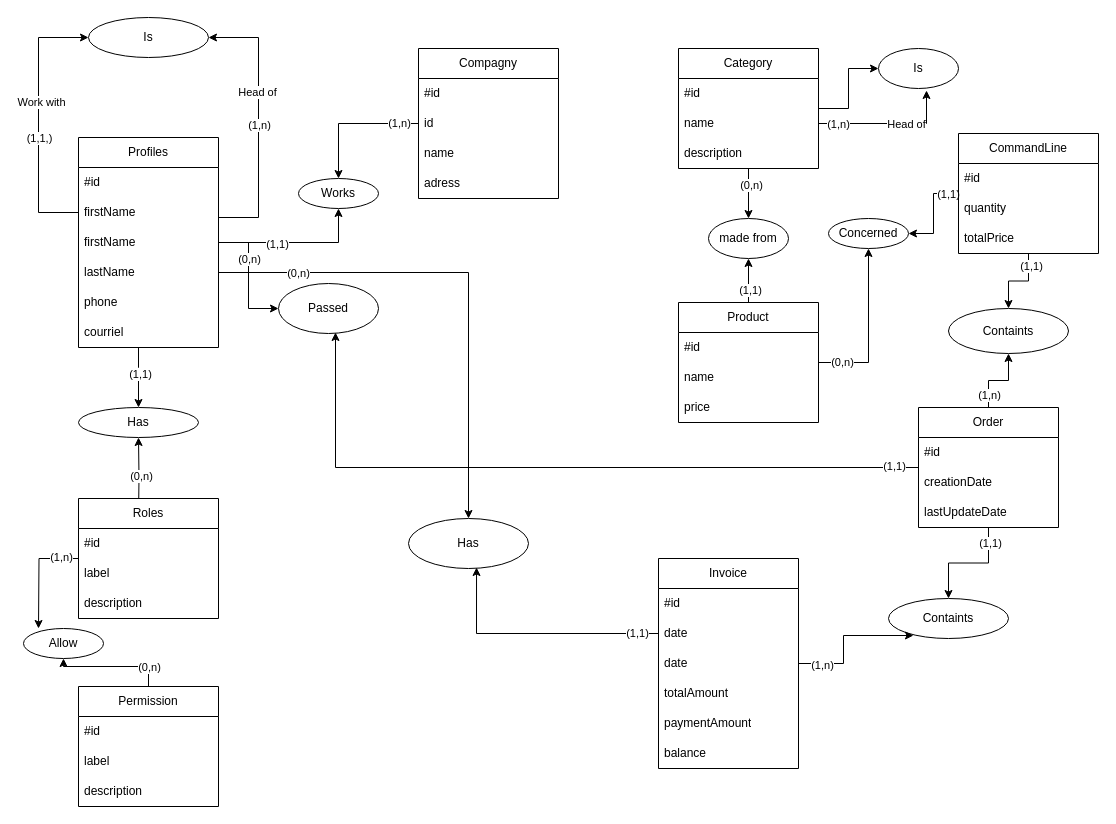
This is page "MLD" (2 of 2) of gestion-commerciale.drawio from LorinceTawamba/gestion-commerciale, a draw.io file, before an edit. Source tidied: cells renumbered, new cells numbered last; positions are measured from the earlier drawing's top-left corner, leaving out a move shared by most shapes. Both pictures are drawn from the tidied source at 100%, with x=0, y=0 at pixel (23, 17).
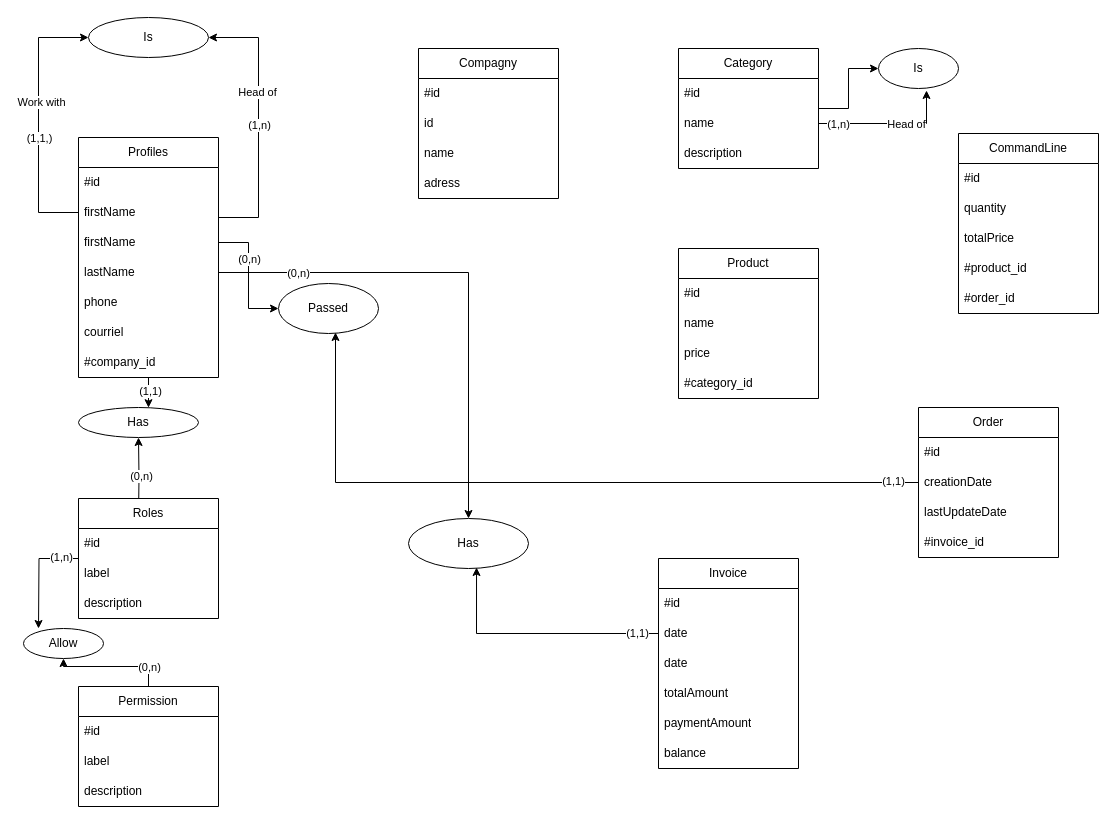
The same diagram, later.

Commit message (it also covers changes not shown here):
Mettre à jour gestion-commerciale.drawio

The change refers to these unchanged cells:
```xml
<mxCell id="41" value="Compagny" style="swimlane;fontStyle=0;horizontal=1;startSize=30;whiteSpace=wrap;html=1;" parent="1" vertex="1">
  <mxGeometry x="395" y="31" width="140" height="150" as="geometry" />
</mxCell>
<mxCell id="50" value="Category" style="swimlane;fontStyle=0;horizontal=1;startSize=30;whiteSpace=wrap;html=1;" parent="1" vertex="1">
  <mxGeometry x="655" y="31" width="140" height="120" as="geometry" />
</mxCell>
<mxCell id="88" value="Invoice" style="swimlane;fontStyle=0;horizontal=1;startSize=30;whiteSpace=wrap;html=1;" parent="1" vertex="1">
  <mxGeometry x="635" y="541" width="140" height="210" as="geometry" />
</mxCell>
```

What changed in the source:
```diff
@@
-    <mxCell id="9" style="edgeStyle=orthogonalEdgeStyle;rounded=0;jettySize=auto;html=1;entryX=0.5;entryY=1;entryDx=0;entryDy=0;" parent="1" edge="1" source="11" target="46">
-      <mxGeometry relative="1" as="geometry" />
-    </mxCell>
-    <mxCell id="10" value="(1,1)" style="edgeLabel;html=1;align=center;verticalAlign=middle;" parent="9" vertex="1">
-      <mxGeometry x="-0.25" y="-1" relative="1" as="geometry" />
-    </mxCell>
     <mxCell id="11" value="Profiles" style="swimlane;fontStyle=0;horizontal=1;startSize=30;whiteSpace=wrap;html=1;" parent="1" vertex="1">
-      <mxGeometry x="55" y="120" width="140" height="210" as="geometry" />
+      <mxGeometry x="55" y="120" width="140" height="240" as="geometry" />
     </mxCell>
@@
+    <mxCell id="102" value="#company_id" style="text;strokeColor=none;fillColor=none;align=left;verticalAlign=middle;spacingLeft=4;spacingRight=4;overflow=hidden;whiteSpace=wrap;html=1;" parent="11" vertex="1">
+      <mxGeometry y="210" width="140" height="30" as="geometry" />
+    </mxCell>
@@
-    <mxCell id="39" style="edgeStyle=orthogonalEdgeStyle;rounded=0;jettySize=auto;html=1;entryX=0.5;entryY=0;entryDx=0;entryDy=0;" parent="1" edge="1" source="41" target="46">
-      <mxGeometry relative="1" as="geometry" />
-    </mxCell>
-    <mxCell id="40" value="(1,n)" style="edgeLabel;html=1;align=center;verticalAlign=middle;" parent="39" vertex="1">
-      <mxGeometry x="-0.7" y="-1" relative="1" as="geometry" />
-    </mxCell>
@@
-    <mxCell id="46" value="Works" style="ellipse;whiteSpace=wrap;html=1;" parent="1" vertex="1">
-      <mxGeometry x="275" y="161" width="80" height="30" as="geometry" />
-    </mxCell>
@@
-    <mxCell id="48" style="edgeStyle=orthogonalEdgeStyle;rounded=0;jettySize=auto;html=1;" parent="1" edge="1" source="50" target="66">
-      <mxGeometry relative="1" as="geometry" />
-    </mxCell>
-    <mxCell id="49" value="(0,n)" style="edgeLabel;html=1;align=center;verticalAlign=middle;" parent="48" vertex="1">
-      <mxGeometry x="-0.36" y="2" relative="1" as="geometry" />
-    </mxCell>
@@
-    <mxCell id="58" style="edgeStyle=orthogonalEdgeStyle;rounded=0;jettySize=auto;html=1;" parent="1" edge="1" source="62" target="66">
-      <mxGeometry relative="1" as="geometry" />
-    </mxCell>
-    <mxCell id="59" value="(1,1)" style="edgeLabel;html=1;align=center;verticalAlign=middle;" parent="58" vertex="1">
-      <mxGeometry x="-0.41" y="-1" relative="1" as="geometry" />
-    </mxCell>
-    <mxCell id="60" style="edgeStyle=orthogonalEdgeStyle;rounded=0;jettySize=auto;html=1;entryX=0.5;entryY=1;entryDx=0;entryDy=0;" parent="1" edge="1" source="62" target="84">
-      <mxGeometry relative="1" as="geometry" />
-    </mxCell>
-    <mxCell id="61" value="(0,n)" style="edgeLabel;html=1;align=center;verticalAlign=middle;" parent="60" vertex="1">
-      <mxGeometry x="-0.72" y="1" relative="1" as="geometry" />
-    </mxCell>
     <mxCell id="62" value="Product" style="swimlane;fontStyle=0;horizontal=1;startSize=30;whiteSpace=wrap;html=1;" parent="1" vertex="1">
-      <mxGeometry x="655" y="285" width="140" height="120" as="geometry" />
+      <mxGeometry x="655" y="231" width="140" height="150" as="geometry" />
     </mxCell>
@@
-    <mxCell id="66" value="made from" style="ellipse;whiteSpace=wrap;html=1;" parent="1" vertex="1">
-      <mxGeometry x="685" y="201" width="80" height="40" as="geometry" />
-    </mxCell>
-    <mxCell id="67" style="edgeStyle=orthogonalEdgeStyle;rounded=0;jettySize=auto;html=1;" parent="1" edge="1" source="71" target="83">
-      <mxGeometry relative="1" as="geometry" />
-    </mxCell>
-    <mxCell id="68" value="(1,n)" style="edgeLabel;html=1;align=center;verticalAlign=middle;" parent="67" vertex="1">
-      <mxGeometry x="-0.65" relative="1" as="geometry" />
-    </mxCell>
-    <mxCell id="69" style="edgeStyle=orthogonalEdgeStyle;rounded=0;jettySize=auto;html=1;" parent="1" edge="1" source="71" target="99">
-      <mxGeometry relative="1" as="geometry" />
-    </mxCell>
-    <mxCell id="70" value="(1,1)" style="edgeLabel;html=1;align=center;verticalAlign=middle;" parent="69" vertex="1">
-      <mxGeometry x="-0.73" y="1" relative="1" as="geometry" />
-    </mxCell>
+    <mxCell id="103" value="#category_id" style="text;strokeColor=none;fillColor=none;align=left;verticalAlign=middle;spacingLeft=4;spacingRight=4;overflow=hidden;whiteSpace=wrap;html=1;" parent="62" vertex="1">
+      <mxGeometry y="120" width="140" height="30" as="geometry" />
+    </mxCell>
     <mxCell id="71" value="Order" style="swimlane;fontStyle=0;horizontal=1;startSize=30;whiteSpace=wrap;html=1;" parent="1" vertex="1">
-      <mxGeometry x="895" y="390" width="140" height="120" as="geometry" />
+      <mxGeometry x="895" y="390" width="140" height="150" as="geometry" />
     </mxCell>
@@
-    <mxCell id="75" style="edgeStyle=orthogonalEdgeStyle;rounded=0;jettySize=auto;html=1;" parent="1" edge="1" source="79" target="83">
-      <mxGeometry relative="1" as="geometry" />
-    </mxCell>
-    <mxCell id="76" value="(1,1)" style="edgeLabel;html=1;align=center;verticalAlign=middle;" parent="75" vertex="1">
-      <mxGeometry x="-0.68" y="2" relative="1" as="geometry" />
-    </mxCell>
-    <mxCell id="77" style="edgeStyle=orthogonalEdgeStyle;rounded=0;jettySize=auto;html=1;" parent="1" edge="1" source="79" target="84">
-      <mxGeometry relative="1" as="geometry" />
-    </mxCell>
-    <mxCell id="78" value="(1,1)" style="edgeLabel;html=1;align=center;verticalAlign=middle;" parent="77" vertex="1">
-      <mxGeometry x="-0.76" relative="1" as="geometry" />
-    </mxCell>
+    <mxCell id="104" value="#invoice_id" style="text;strokeColor=none;fillColor=none;align=left;verticalAlign=middle;spacingLeft=4;spacingRight=4;overflow=hidden;whiteSpace=wrap;html=1;" parent="71" vertex="1">
+      <mxGeometry y="120" width="140" height="30" as="geometry" />
+    </mxCell>
     <mxCell id="79" value="CommandLine" style="swimlane;fontStyle=0;horizontal=1;startSize=30;whiteSpace=wrap;html=1;" parent="1" vertex="1">
-      <mxGeometry x="935" y="116" width="140" height="120" as="geometry" />
+      <mxGeometry x="935" y="116" width="140" height="180" as="geometry" />
     </mxCell>
@@
-    <mxCell id="83" value="Containts" style="ellipse;whiteSpace=wrap;html=1;" parent="1" vertex="1">
-      <mxGeometry x="925" y="291" width="120" height="45" as="geometry" />
-    </mxCell>
-    <mxCell id="84" value="Concerned" style="ellipse;whiteSpace=wrap;html=1;" parent="1" vertex="1">
-      <mxGeometry x="805" y="201" width="80" height="30" as="geometry" />
-    </mxCell>
+    <mxCell id="105" value="#product_id" style="text;strokeColor=none;fillColor=none;align=left;verticalAlign=middle;spacingLeft=4;spacingRight=4;overflow=hidden;whiteSpace=wrap;html=1;" parent="79" vertex="1">
+      <mxGeometry y="120" width="140" height="30" as="geometry" />
+    </mxCell>
+    <mxCell id="106" value="#order_id" style="text;strokeColor=none;fillColor=none;align=left;verticalAlign=middle;spacingLeft=4;spacingRight=4;overflow=hidden;whiteSpace=wrap;html=1;" parent="79" vertex="1">
+      <mxGeometry y="150" width="140" height="30" as="geometry" />
+    </mxCell>
@@
-    <mxCell id="99" value="Containts" style="ellipse;whiteSpace=wrap;html=1;" parent="1" vertex="1">
-      <mxGeometry x="865" y="581" width="120" height="40" as="geometry" />
-    </mxCell>
-    <mxCell id="100" style="edgeStyle=orthogonalEdgeStyle;rounded=0;jettySize=auto;html=1;entryX=0.208;entryY=0.925;entryDx=0;entryDy=0;entryPerimeter=0;" parent="1" edge="1" source="88" target="99">
-      <mxGeometry relative="1" as="geometry" />
-    </mxCell>
-    <mxCell id="101" value="(1,n)" style="edgeLabel;html=1;align=center;verticalAlign=middle;" parent="100" vertex="1">
-      <mxGeometry x="-0.68" y="-1" relative="1" as="geometry" />
-    </mxCell>
```
